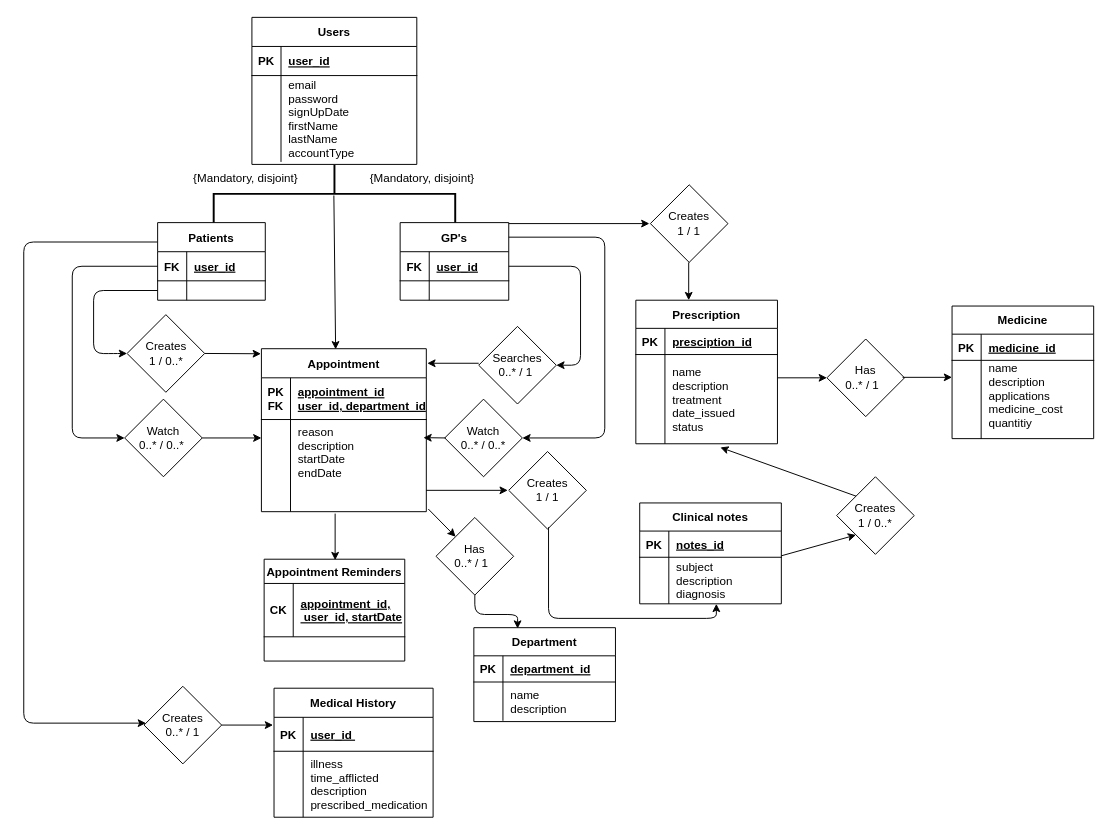
Before: ehealthproject_ERD.drawio in shaundbs/programming-cw, a draw.io diagram. Source tidied: cells renumbered, new cells numbered last; positions are measured from the earlier drawing's top-left corner, leaving out a move shared by most shapes. Both pictures are drawn from the tidied source at 97%, with x=0, y=0 at pixel (23, 16).
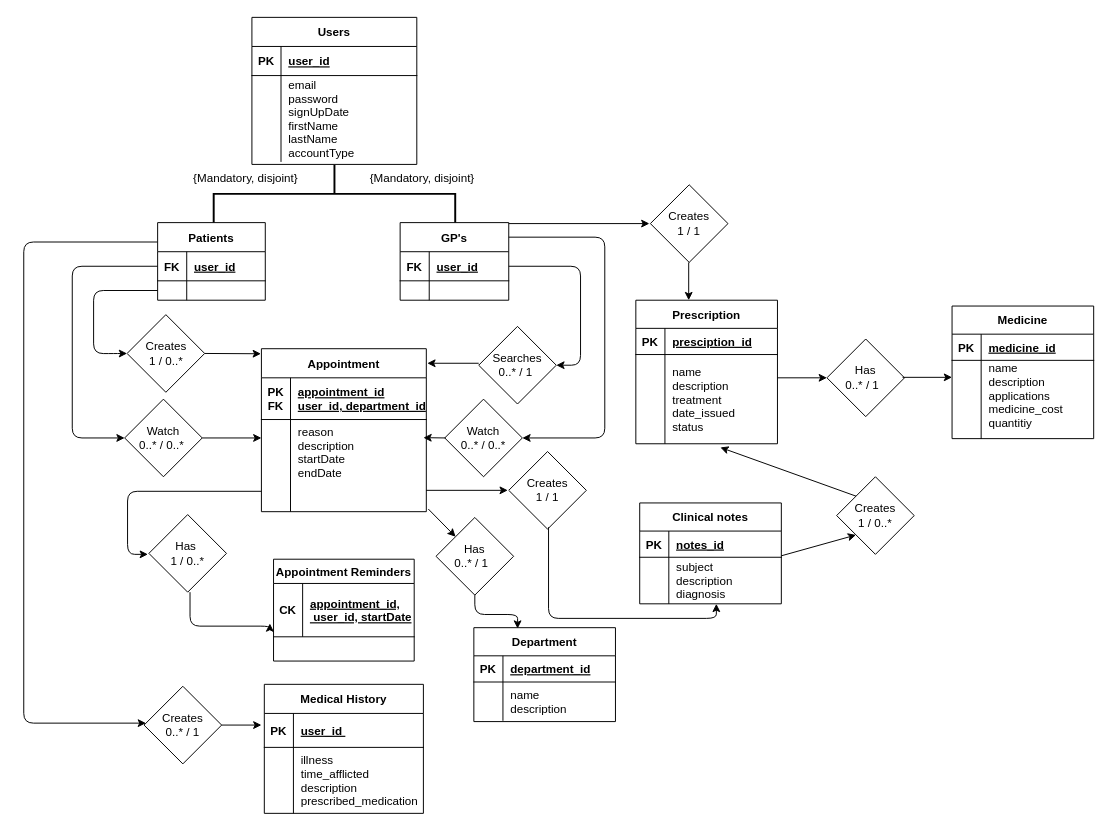
The same page after the edit.

Unchanged cells that the change refers to:
```xml
<mxCell id="13" value="Appointment" style="shape=table;startSize=30;childLayout=tableLayout;rowLines=0;fontStyle=1;align=center;" parent="1" vertex="1">
  <mxGeometry x="245" y="342" width="170" height="168" as="geometry" />
</mxCell>
<mxCell id="63" style="shape=partialRectangle;fillColor=none;top=0;left=0;bottom=1;right=0;points=[[0,0.5],[1,0.5]];portConstraint=eastwest;" parent="62" vertex="1">
  <mxGeometry y="25" width="145" height="55" as="geometry" />
</mxCell>
```

The edit, as a diff of the source:
```diff
@@
     <mxCell id="55" value="Medical History" style="shape=table;startSize=30;childLayout=tableLayout;rowLines=0;fontStyle=1;align=center;" parent="1" vertex="1">
-      <mxGeometry x="258" y="692" width="164" height="133" as="geometry" />
+      <mxGeometry x="248" y="688" width="164" height="133" as="geometry" />
     </mxCell>
@@
     <mxCell id="62" value="Appointment Reminders" style="shape=table;startSize=25;childLayout=tableLayout;rowLines=0;fontStyle=1;align=center;" parent="1" vertex="1">
-      <mxGeometry x="247.8" y="559" width="145" height="105" as="geometry" />
+      <mxGeometry x="257.5" y="559" width="145" height="105" as="geometry" />
     </mxCell>
@@
     <mxCell id="98" style="endArrow=classic;html=1;" parent="1" edge="1">
       <mxGeometry relative="1" as="geometry">
         <mxPoint x="204" y="730" as="sourcePoint" />
-        <mxPoint x="257" y="730" as="targetPoint" />
+        <mxPoint x="245" y="730" as="targetPoint" />
       </mxGeometry>
     </mxCell>
-    <mxCell id="99" style="endArrow=classic;html=1;entryX=0.45;entryY=0.004;entryDx=0;entryDy=0;entryPerimeter=0;" parent="1" edge="1" target="13">
-      <mxGeometry relative="1" as="geometry">
-        <mxPoint x="319.7" y="184" as="sourcePoint" />
-      </mxGeometry>
-    </mxCell>
-    <mxCell id="100" style="endArrow=classic;html=1;" parent="1" edge="1">
-      <mxGeometry relative="1" as="geometry">
-        <mxPoint x="321" y="512" as="sourcePoint" />
-        <mxPoint x="321" y="560" as="targetPoint" />
-      </mxGeometry>
-    </mxCell>
@@
+    <mxCell id="105" style="edgeStyle=orthogonalEdgeStyle;rounded=1;orthogonalLoop=1;jettySize=auto;html=1;exitX=0;exitY=0.5;exitDx=0;exitDy=0;" parent="1" edge="1">
+      <mxGeometry relative="1" as="geometry">
+        <mxPoint x="245" y="489" as="sourcePoint" />
+        <mxPoint x="128" y="554" as="targetPoint" />
+        <Array as="points">
+          <mxPoint x="107" y="489" />
+          <mxPoint x="107" y="554" />
+        </Array>
+      </mxGeometry>
+    </mxCell>
+    <mxCell id="106" value="Has&amp;nbsp;&lt;br&gt;1 / 0..*" style="rhombus;whiteSpace=wrap;html=1;" parent="1" vertex="1">
+      <mxGeometry x="129" y="513" width="80" height="80" as="geometry" />
+    </mxCell>
+    <mxCell id="107" style="edgeStyle=orthogonalEdgeStyle;rounded=1;jettySize=auto;html=1;entryX=-0.026;entryY=0.75;entryDx=0;entryDy=0;entryPerimeter=0;" parent="1" edge="1" target="63">
+      <mxGeometry relative="1" as="geometry">
+        <mxPoint x="171.4" y="593" as="sourcePoint" />
+        <Array as="points">
+          <mxPoint x="171" y="628" />
+          <mxPoint x="254" y="628" />
+        </Array>
+      </mxGeometry>
+    </mxCell>
```
